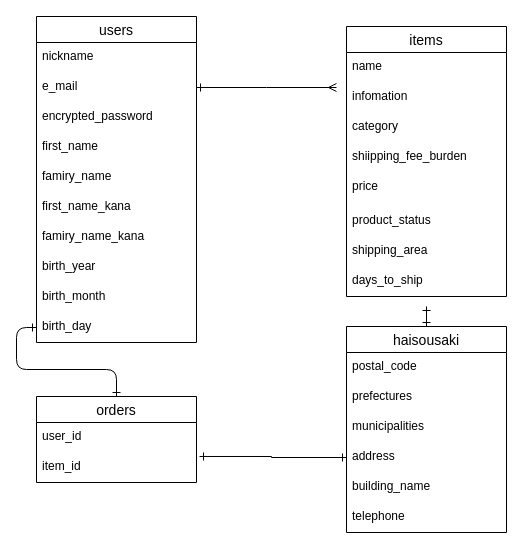
This is furima.dio from chishakiemiko/furima-28177, a draw.io file, before an edit. Source tidied: cells renumbered, new cells numbered last; positions are measured from the earlier drawing's top-left corner, leaving out a move shared by most shapes. Both pictures are drawn from the tidied source at 100%, with x=0, y=0 at pixel (36, 16).
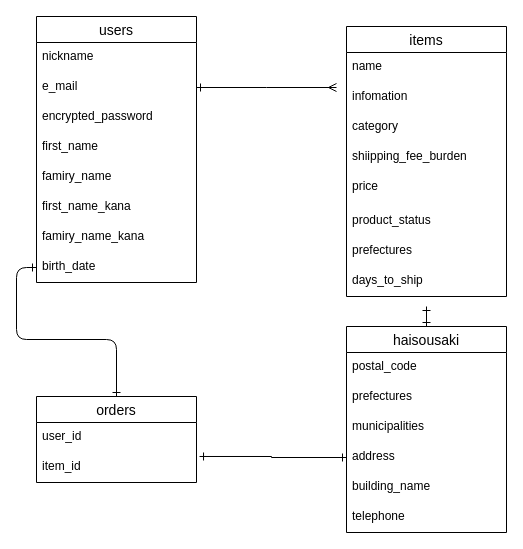
After the change.

Unchanged cells that the change refers to:
```xml
<mxCell id="13" value="items" style="swimlane;fontStyle=0;horizontal=1;startSize=26;align=center;fontSize=14;" parent="1" vertex="1">
  <mxGeometry x="310" y="10" width="160" height="270" as="geometry" />
</mxCell>
```

Diff of the diagram source:
```diff
@@
     <mxCell id="2" value="users" style="swimlane;fontStyle=0;horizontal=1;startSize=26;align=center;fontSize=14;" parent="1" vertex="1">
-      <mxGeometry width="160" height="326" as="geometry" />
+      <mxGeometry width="160" height="266" as="geometry" />
     </mxCell>
@@
-    <mxCell id="10" value="birth_year" style="text;strokeColor=none;fillColor=none;spacingLeft=4;spacingRight=4;overflow=hidden;fontSize=12;" parent="2" vertex="1">
-      <mxGeometry y="236" width="160" height="30" as="geometry" />
-    </mxCell>
-    <mxCell id="11" value="birth_month" style="text;strokeColor=none;fillColor=none;spacingLeft=4;spacingRight=4;overflow=hidden;fontSize=12;" parent="2" vertex="1">
-      <mxGeometry y="266" width="160" height="30" as="geometry" />
-    </mxCell>
-    <mxCell id="12" value="birth_day" style="text;strokeColor=none;fillColor=none;spacingLeft=4;spacingRight=4;overflow=hidden;points=[[0,0.5],[1,0.5]];portConstraint=eastwest;fontSize=12;" parent="2" vertex="1">
-      <mxGeometry y="296" width="160" height="30" as="geometry" />
+    <mxCell id="12" value="birth_date" style="text;strokeColor=none;fillColor=none;spacingLeft=4;spacingRight=4;overflow=hidden;points=[[0,0.5],[1,0.5]];portConstraint=eastwest;fontSize=12;" parent="2" vertex="1">
+      <mxGeometry y="236" width="160" height="30" as="geometry" />
     </mxCell>
@@
-    <mxCell id="20" value="shipping_area" style="text;strokeColor=none;fillColor=none;spacingLeft=4;spacingRight=4;overflow=hidden;fontSize=12;" parent="13" vertex="1">
+    <mxCell id="20" value="prefectures" style="text;strokeColor=none;fillColor=none;spacingLeft=4;spacingRight=4;overflow=hidden;fontSize=12;" parent="13" vertex="1">
       <mxGeometry y="210" width="160" height="30" as="geometry" />
     </mxCell>
```
